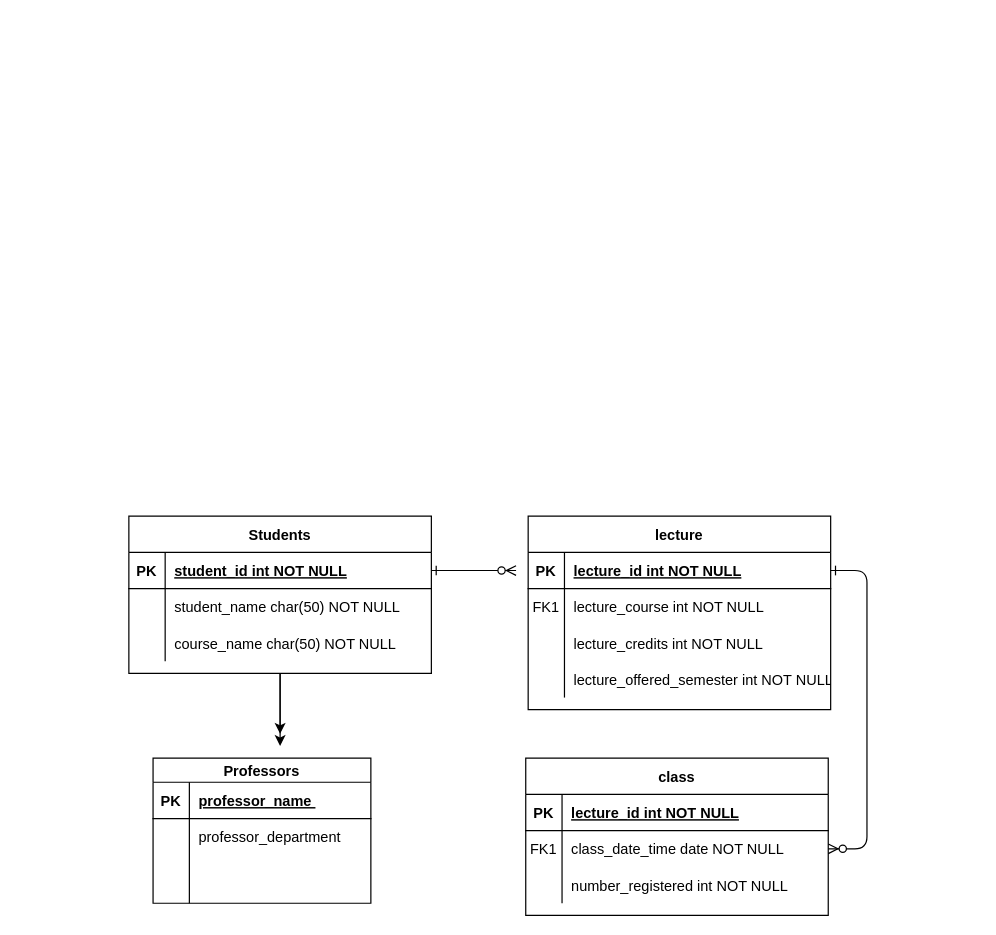
kailasprasannakumar/flowcharts keeps this draw.io diagram as Untitled Diagram.drawio. Above is the earlier version. Source tidied: cells renumbered, new cells numbered last; positions are measured from the earlier drawing's top-left corner, leaving out a move shared by most shapes. Both pictures are drawn from the tidied source at 121%, with x=0, y=0 at pixel (128, 515).
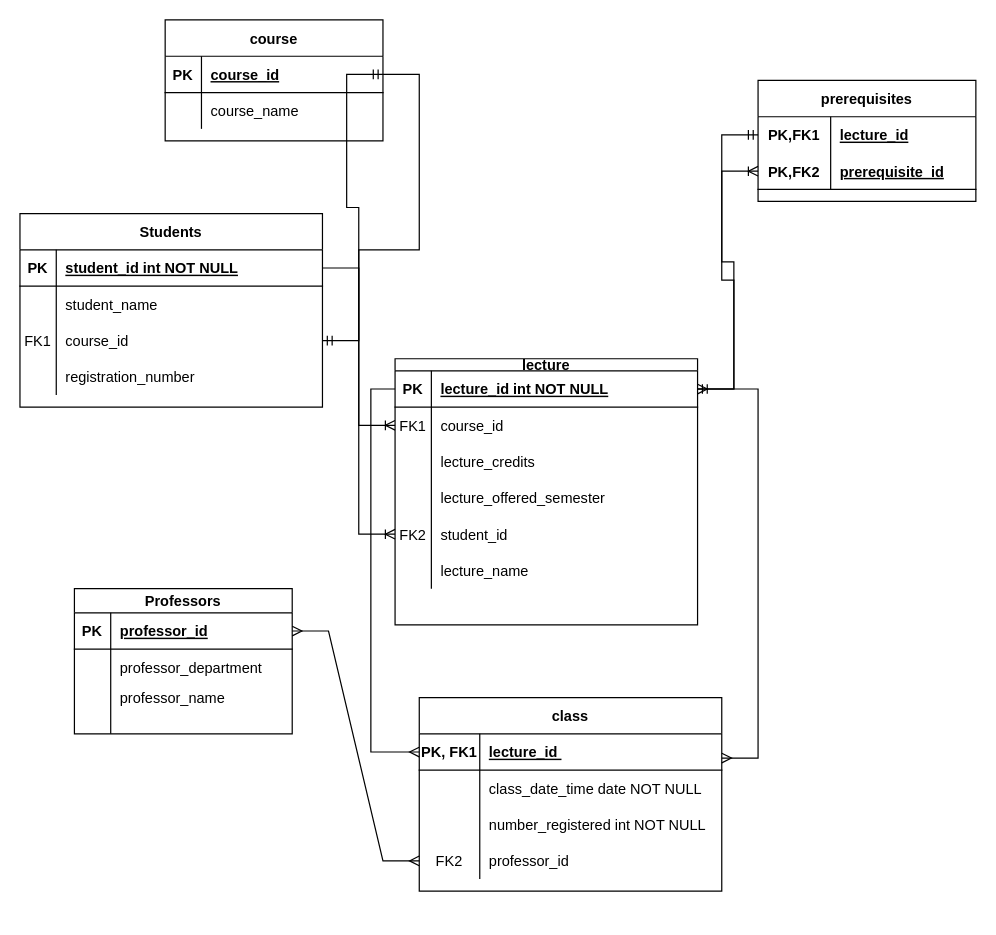
After the change.

Unchanged cells that the change refers to:
```xml
<mxCell id="18" style="shape=partialRectangle;fillColor=none;points=[[0,0.5],[1,0.5]];portConstraint=eastwest;top=0;left=0;right=0;bottom=1;" parent="17" vertex="1">
  <mxGeometry y="30" width="250" height="30" as="geometry" />
</mxCell>
<mxCell id="21" style="shape=partialRectangle;fillColor=none;points=[[0,0.5],[1,0.5]];portConstraint=eastwest;top=0;left=0;right=0;bottom=0;" parent="17" vertex="1">
  <mxGeometry y="60" width="250" height="30" as="geometry" />
</mxCell>
<mxCell id="24" style="shape=partialRectangle;fillColor=none;top=0;left=0;right=0;bottom=0;" parent="17" vertex="1">
  <mxGeometry y="90" width="250" height="30" as="geometry" />
</mxCell>
<mxCell id="30" style="shape=partialRectangle;fillColor=none;points=[[0,0.5],[1,0.5]];portConstraint=eastwest;top=0;left=0;right=0;bottom=1;" parent="29" vertex="1">
  <mxGeometry y="30" width="250" height="30" as="geometry" />
</mxCell>
<mxCell id="33" style="shape=partialRectangle;fillColor=none;top=0;left=0;right=0;bottom=0;" parent="29" vertex="1">
  <mxGeometry y="60" width="250" height="30" as="geometry" />
</mxCell>
<mxCell id="36" style="shape=partialRectangle;fillColor=none;points=[[0,0.5],[1,0.5]];portConstraint=eastwest;top=0;left=0;right=0;bottom=0;" parent="29" vertex="1">
  <mxGeometry y="90" width="250" height="30" as="geometry" />
</mxCell>
<mxCell id="40" style="shape=tableRow;horizontal=0;startSize=0;swimlaneHead=0;swimlaneBody=0;fillColor=none;points=[[0,0.5],[1,0.5]];portConstraint=eastwest;top=0;left=0;right=0;bottom=1;" parent="39" vertex="1">
  <mxGeometry y="20" width="180" height="30" as="geometry" />
</mxCell>
<mxCell id="46" style="shape=tableRow;horizontal=0;startSize=0;swimlaneHead=0;swimlaneBody=0;fillColor=none;top=0;left=0;right=0;bottom=0;" parent="39" vertex="1">
  <mxGeometry y="80" width="180" height="20" as="geometry" />
</mxCell>
```

What changed in the source:
```diff
@@
-    <mxCell id="2" style="edgeStyle=entityRelationEdgeStyle;endArrow=ERzeroToMany;startArrow=ERone;endFill=1;startFill=0;" parent="1" edge="1" source="30">
-      <mxGeometry relative="1" as="geometry">
-        <mxPoint x="320" y="45" as="targetPoint" />
-      </mxGeometry>
-    </mxCell>
-    <mxCell id="3" style="edgeStyle=entityRelationEdgeStyle;endArrow=ERzeroToMany;startArrow=ERone;endFill=1;startFill=0;" parent="1" edge="1" source="5" target="21">
-      <mxGeometry relative="1" as="geometry" />
-    </mxCell>
-    <mxCell id="4" value="lecture" style="shape=table;startSize=30;childLayout=tableLayout;rowLines=0;fontStyle=1;align=center;" parent="1" vertex="1">
-      <mxGeometry x="330" width="250" height="160" as="geometry" />
+    <mxCell id="4" value="lecture" style="shape=table;startSize=10;childLayout=tableLayout;rowLines=0;fontStyle=1;align=center;" parent="1" vertex="1">
+      <mxGeometry x="220" y="-130" width="250" height="220" as="geometry" />
     </mxCell>
     <mxCell id="5" style="shape=partialRectangle;fillColor=none;points=[[0,0.5],[1,0.5]];portConstraint=eastwest;top=0;left=0;right=0;bottom=1;" parent="4" vertex="1">
-      <mxGeometry y="30" width="250" height="30" as="geometry" />
+      <mxGeometry y="10" width="250" height="30" as="geometry" />
     </mxCell>
@@
     <mxCell id="8" style="shape=partialRectangle;fillColor=none;points=[[0,0.5],[1,0.5]];portConstraint=eastwest;top=0;left=0;right=0;bottom=0;" parent="4" vertex="1">
-      <mxGeometry y="60" width="250" height="30" as="geometry" />
+      <mxGeometry y="40" width="250" height="30" as="geometry" />
     </mxCell>
@@
-    <mxCell id="10" value="lecture_course int NOT NULL" style="shape=partialRectangle;overflow=hidden;fillColor=none;top=0;left=0;bottom=0;right=0;align=left;spacingLeft=6;" parent="8" vertex="1">
+    <mxCell id="10" value="course_id" style="shape=partialRectangle;overflow=hidden;fillColor=none;top=0;left=0;bottom=0;right=0;align=left;spacingLeft=6;" parent="8" vertex="1">
       <mxGeometry x="30" width="220" height="30" as="geometry" />
     </mxCell>
     <mxCell id="11" style="shape=partialRectangle;fillColor=none;top=0;left=0;right=0;bottom=0;" parent="4" vertex="1">
-      <mxGeometry y="90" width="250" height="30" as="geometry" />
+      <mxGeometry y="70" width="250" height="30" as="geometry" />
     </mxCell>
@@
-    <mxCell id="13" value="lecture_credits int NOT NULL" style="shape=partialRectangle;overflow=hidden;fillColor=none;top=0;left=0;bottom=0;right=0;align=left;spacingLeft=6;" parent="11" vertex="1">
+    <mxCell id="13" value="lecture_credits" style="shape=partialRectangle;overflow=hidden;fillColor=none;top=0;left=0;bottom=0;right=0;align=left;spacingLeft=6;" parent="11" vertex="1">
       <mxGeometry x="30" width="220" height="30" as="geometry" />
     </mxCell>
     <mxCell id="14" style="shape=partialRectangle;fillColor=none;top=0;left=0;right=0;bottom=0;" parent="4" vertex="1">
-      <mxGeometry y="120" width="250" height="30" as="geometry" />
+      <mxGeometry y="100" width="250" height="30" as="geometry" />
     </mxCell>
@@
-    <mxCell id="16" value="lecture_offered_semester int NOT NULL" style="shape=partialRectangle;overflow=hidden;fillColor=none;top=0;left=0;bottom=0;right=0;align=left;spacingLeft=6;" parent="14" vertex="1">
+    <mxCell id="16" value="lecture_offered_semester" style="shape=partialRectangle;overflow=hidden;fillColor=none;top=0;left=0;bottom=0;right=0;align=left;spacingLeft=6;" parent="14" vertex="1">
       <mxGeometry x="30" width="220" height="30" as="geometry" />
     </mxCell>
+    <mxCell id="52" style="shape=partialRectangle;fillColor=none;points=[[0,0.5],[1,0.5]];portConstraint=eastwest;top=0;left=0;right=0;bottom=0;" parent="4" vertex="1">
+      <mxGeometry y="130" width="250" height="30" as="geometry" />
+    </mxCell>
+    <mxCell id="53" value="FK2" style="shape=partialRectangle;overflow=hidden;fillColor=none;top=0;left=0;bottom=0;right=0;" parent="52" vertex="1">
+      <mxGeometry width="30" height="30" as="geometry" />
+    </mxCell>
+    <mxCell id="54" value="student_id " style="shape=partialRectangle;overflow=hidden;fillColor=none;top=0;left=0;bottom=0;right=0;align=left;spacingLeft=6;" parent="52" vertex="1">
+      <mxGeometry x="30" width="220" height="30" as="geometry" />
+    </mxCell>
+    <mxCell id="55" style="shape=partialRectangle;fillColor=none;top=0;left=0;right=0;bottom=0;" parent="4" vertex="1">
+      <mxGeometry y="160" width="250" height="30" as="geometry" />
+    </mxCell>
+    <mxCell id="56" style="shape=partialRectangle;overflow=hidden;fillColor=none;top=0;left=0;bottom=0;right=0;" parent="55" vertex="1">
+      <mxGeometry width="30" height="30" as="geometry" />
+    </mxCell>
+    <mxCell id="57" value="lecture_name" style="shape=partialRectangle;overflow=hidden;fillColor=none;top=0;left=0;bottom=0;right=0;align=left;spacingLeft=6;" parent="55" vertex="1">
+      <mxGeometry x="30" width="220" height="30" as="geometry" />
+    </mxCell>
     <mxCell id="17" value="class" style="shape=table;startSize=30;childLayout=tableLayout;rowLines=0;fontStyle=1;align=center;" parent="1" vertex="1">
-      <mxGeometry x="328" y="200" width="250" height="130" as="geometry" />
+      <mxGeometry x="240" y="150" width="250" height="160" as="geometry" />
     </mxCell>
@@
-    <mxCell id="19" value="PK" style="shape=partialRectangle;overflow=hidden;fillColor=none;top=0;left=0;bottom=0;right=0;fontStyle=1;" parent="18" vertex="1">
-      <mxGeometry width="30" height="30" as="geometry" />
+    <mxCell id="19" value="PK, FK1" style="shape=partialRectangle;overflow=hidden;fillColor=none;top=0;left=0;bottom=0;right=0;fontStyle=1;" parent="18" vertex="1">
+      <mxGeometry width="50" height="30" as="geometry" />
     </mxCell>
-    <mxCell id="20" value="lecture_id int NOT NULL " style="shape=partialRectangle;overflow=hidden;fillColor=none;top=0;left=0;bottom=0;right=0;align=left;spacingLeft=6;fontStyle=5;" parent="18" vertex="1">
-      <mxGeometry x="30" width="220" height="30" as="geometry" />
+    <mxCell id="20" value="lecture_id " style="shape=partialRectangle;overflow=hidden;fillColor=none;top=0;left=0;bottom=0;right=0;align=left;spacingLeft=6;fontStyle=5;" parent="18" vertex="1">
+      <mxGeometry x="50" width="200" height="30" as="geometry" />
     </mxCell>
@@
-    <mxCell id="22" value="FK1" style="shape=partialRectangle;overflow=hidden;fillColor=none;top=0;left=0;bottom=0;right=0;" parent="21" vertex="1">
-      <mxGeometry width="30" height="30" as="geometry" />
+    <mxCell id="22" style="shape=partialRectangle;overflow=hidden;fillColor=none;top=0;left=0;bottom=0;right=0;" parent="21" vertex="1">
+      <mxGeometry width="50" height="30" as="geometry" />
     </mxCell>
     <mxCell id="23" value="class_date_time date NOT NULL" style="shape=partialRectangle;overflow=hidden;fillColor=none;top=0;left=0;bottom=0;right=0;align=left;spacingLeft=6;" parent="21" vertex="1">
-      <mxGeometry x="30" width="220" height="30" as="geometry" />
+      <mxGeometry x="50" width="200" height="30" as="geometry" />
     </mxCell>
@@
     <mxCell id="25" style="shape=partialRectangle;overflow=hidden;fillColor=none;top=0;left=0;bottom=0;right=0;" parent="24" vertex="1">
-      <mxGeometry width="30" height="30" as="geometry" />
+      <mxGeometry width="50" height="30" as="geometry" />
     </mxCell>
     <mxCell id="26" value="number_registered int NOT NULL" style="shape=partialRectangle;overflow=hidden;fillColor=none;top=0;left=0;bottom=0;right=0;align=left;spacingLeft=6;" parent="24" vertex="1">
-      <mxGeometry x="30" width="220" height="30" as="geometry" />
+      <mxGeometry x="50" width="200" height="30" as="geometry" />
     </mxCell>
-    <mxCell id="27" style="edgeStyle=orthogonalEdgeStyle;rounded=0;jettySize=auto;html=1;" parent="1" edge="1" source="29">
-      <mxGeometry relative="1" as="geometry">
-        <mxPoint x="125" y="180" as="targetPoint" />
-      </mxGeometry>
-    </mxCell>
-    <mxCell id="28" style="edgeStyle=orthogonalEdgeStyle;rounded=0;jettySize=auto;html=1;" parent="1" edge="1" source="29">
-      <mxGeometry relative="1" as="geometry">
-        <mxPoint x="125" y="190" as="targetPoint" />
-      </mxGeometry>
-    </mxCell>
+    <mxCell id="58" style="shape=partialRectangle;fillColor=none;points=[[0,0.5],[1,0.5]];portConstraint=eastwest;top=0;left=0;right=0;bottom=0;" parent="17" vertex="1">
+      <mxGeometry y="120" width="250" height="30" as="geometry" />
+    </mxCell>
+    <mxCell id="59" value="FK2" style="shape=partialRectangle;overflow=hidden;fillColor=none;top=0;left=0;bottom=0;right=0;" parent="58" vertex="1">
+      <mxGeometry width="50" height="30" as="geometry" />
+    </mxCell>
+    <mxCell id="60" value="professor_id" style="shape=partialRectangle;overflow=hidden;fillColor=none;top=0;left=0;bottom=0;right=0;align=left;spacingLeft=6;" parent="58" vertex="1">
+      <mxGeometry x="50" width="200" height="30" as="geometry" />
+    </mxCell>
     <mxCell id="29" value="Students" style="shape=table;startSize=30;childLayout=tableLayout;rowLines=0;fontStyle=1;align=center;" parent="1" vertex="1">
-      <mxGeometry width="250" height="130" as="geometry" />
+      <mxGeometry x="-90" y="-250" width="250" height="160" as="geometry" />
     </mxCell>
@@
-    <mxCell id="35" value="student_name char(50) NOT NULL" style="shape=partialRectangle;overflow=hidden;fillColor=none;top=0;left=0;bottom=0;right=0;align=left;spacingLeft=6;" parent="33" vertex="1">
+    <mxCell id="35" value="student_name " style="shape=partialRectangle;overflow=hidden;fillColor=none;top=0;left=0;bottom=0;right=0;align=left;spacingLeft=6;" parent="33" vertex="1">
       <mxGeometry x="30" width="220" height="30" as="geometry" />
     </mxCell>
@@
-    <mxCell id="37" style="shape=partialRectangle;overflow=hidden;fillColor=none;top=0;left=0;bottom=0;right=0;" parent="36" vertex="1">
+    <mxCell id="37" value="FK1" style="shape=partialRectangle;overflow=hidden;fillColor=none;top=0;left=0;bottom=0;right=0;" parent="36" vertex="1">
       <mxGeometry width="30" height="30" as="geometry" />
     </mxCell>
-    <mxCell id="38" value="course_name char(50) NOT NULL" style="shape=partialRectangle;overflow=hidden;fillColor=none;top=0;left=0;bottom=0;right=0;align=left;spacingLeft=6;" parent="36" vertex="1">
+    <mxCell id="38" value="course_id" style="shape=partialRectangle;overflow=hidden;fillColor=none;top=0;left=0;bottom=0;right=0;align=left;spacingLeft=6;" parent="36" vertex="1">
       <mxGeometry x="30" width="220" height="30" as="geometry" />
     </mxCell>
+    <mxCell id="61" style="shape=partialRectangle;fillColor=none;top=0;left=0;right=0;bottom=0;" parent="29" vertex="1">
+      <mxGeometry y="120" width="250" height="30" as="geometry" />
+    </mxCell>
+    <mxCell id="62" style="shape=partialRectangle;overflow=hidden;fillColor=none;top=0;left=0;bottom=0;right=0;" parent="61" vertex="1">
+      <mxGeometry width="30" height="30" as="geometry" />
+    </mxCell>
+    <mxCell id="63" value="registration_number" style="shape=partialRectangle;overflow=hidden;fillColor=none;top=0;left=0;bottom=0;right=0;align=left;spacingLeft=6;" parent="61" vertex="1">
+      <mxGeometry x="30" width="220" height="30" as="geometry" />
+    </mxCell>
     <mxCell id="39" value="Professors" style="shape=table;startSize=20;childLayout=tableLayout;rowLines=0;fontStyle=1;align=center;" parent="1" vertex="1">
-      <mxGeometry x="20" y="200" width="180" height="120" as="geometry" />
+      <mxGeometry x="-45" y="60" width="180" height="120" as="geometry" />
     </mxCell>
@@
-    <mxCell id="42" value="professor_name " style="shape=partialRectangle;fillColor=none;top=0;left=0;bottom=0;right=0;align=left;spacingLeft=6;fontStyle=5;overflow=hidden;" parent="40" vertex="1">
+    <mxCell id="42" value="professor_id" style="shape=partialRectangle;fillColor=none;top=0;left=0;bottom=0;right=0;align=left;spacingLeft=6;fontStyle=5;overflow=hidden;" parent="40" vertex="1">
       <mxGeometry x="30" width="150" height="30" as="geometry" />
     </mxCell>
@@
-    <mxCell id="48" style="shape=partialRectangle;fillColor=none;top=0;left=0;bottom=0;right=0;align=left;spacingLeft=6;overflow=hidden;" parent="46" vertex="1">
+    <mxCell id="48" value="professor_name" style="shape=partialRectangle;fillColor=none;top=0;left=0;bottom=0;right=0;align=left;spacingLeft=6;overflow=hidden;" parent="46" vertex="1">
       <mxGeometry x="30" width="150" height="20" as="geometry" />
     </mxCell>
@@
+    <mxCell id="64" style="edgeStyle=entityRelationEdgeStyle;fontSize=12;html=1;endArrow=ERoneToMany;rounded=0;entryX=0;entryY=0.5;entryDx=0;entryDy=0;exitX=1;exitY=0.5;exitDx=0;exitDy=0;" parent="1" edge="1" source="30" target="52">
+      <mxGeometry relative="1" as="geometry" />
+    </mxCell>
+    <mxCell id="65" value="prerequisites" style="shape=table;startSize=30;childLayout=tableLayout;rowLines=0;fontStyle=1;align=center;" parent="1" vertex="1">
+      <mxGeometry x="520" y="-360" width="180" height="100" as="geometry" />
+    </mxCell>
+    <mxCell id="66" style="shape=tableRow;horizontal=0;startSize=0;swimlaneHead=0;swimlaneBody=0;fillColor=none;points=[[0,0.5],[1,0.5]];portConstraint=eastwest;top=0;left=0;right=0;bottom=0;" parent="65" vertex="1">
+      <mxGeometry y="30" width="180" height="30" as="geometry" />
+    </mxCell>
+    <mxCell id="67" value="PK,FK1" style="shape=partialRectangle;fillColor=none;top=0;left=0;bottom=0;right=0;fontStyle=1;overflow=hidden;" parent="66" vertex="1">
+      <mxGeometry width="60" height="30" as="geometry" />
+    </mxCell>
+    <mxCell id="68" value="lecture_id" style="shape=partialRectangle;fillColor=none;top=0;left=0;bottom=0;right=0;align=left;spacingLeft=6;fontStyle=5;overflow=hidden;" parent="66" vertex="1">
+      <mxGeometry x="60" width="120" height="30" as="geometry" />
+    </mxCell>
+    <mxCell id="69" style="shape=tableRow;horizontal=0;startSize=0;swimlaneHead=0;swimlaneBody=0;fillColor=none;points=[[0,0.5],[1,0.5]];portConstraint=eastwest;top=0;left=0;right=0;bottom=1;" parent="65" vertex="1">
+      <mxGeometry y="60" width="180" height="30" as="geometry" />
+    </mxCell>
+    <mxCell id="70" value="PK,FK2" style="shape=partialRectangle;fillColor=none;top=0;left=0;bottom=0;right=0;fontStyle=1;overflow=hidden;" parent="69" vertex="1">
+      <mxGeometry width="60" height="30" as="geometry" />
+    </mxCell>
+    <mxCell id="71" value="prerequisite_id" style="shape=partialRectangle;fillColor=none;top=0;left=0;bottom=0;right=0;align=left;spacingLeft=6;fontStyle=5;overflow=hidden;" parent="69" vertex="1">
+      <mxGeometry x="60" width="120" height="30" as="geometry" />
+    </mxCell>
+    <mxCell id="72" style="edgeStyle=entityRelationEdgeStyle;fontSize=12;html=1;endArrow=ERmandOne;startArrow=ERmandOne;rounded=0;entryX=0;entryY=0.5;entryDx=0;entryDy=0;exitX=1;exitY=0.5;exitDx=0;exitDy=0;" parent="1" edge="1" source="5" target="66">
+      <mxGeometry relative="1" as="geometry" />
+    </mxCell>
+    <mxCell id="73" style="edgeStyle=entityRelationEdgeStyle;fontSize=12;html=1;endArrow=ERoneToMany;rounded=0;entryX=0;entryY=0.5;entryDx=0;entryDy=0;exitX=1;exitY=0.5;exitDx=0;exitDy=0;" parent="1" edge="1" source="5" target="69">
+      <mxGeometry relative="1" as="geometry" />
+    </mxCell>
+    <mxCell id="74" value="course" style="shape=table;startSize=30;childLayout=tableLayout;rowLines=0;fontStyle=1;align=center;" parent="1" vertex="1">
+      <mxGeometry x="30" y="-410" width="180" height="100" as="geometry" />
+    </mxCell>
+    <mxCell id="75" style="shape=tableRow;horizontal=0;startSize=0;swimlaneHead=0;swimlaneBody=0;fillColor=none;points=[[0,0.5],[1,0.5]];portConstraint=eastwest;top=0;left=0;right=0;bottom=1;" parent="74" vertex="1">
+      <mxGeometry y="30" width="180" height="30" as="geometry" />
+    </mxCell>
+    <mxCell id="76" value="PK" style="shape=partialRectangle;fillColor=none;top=0;left=0;bottom=0;right=0;fontStyle=1;overflow=hidden;" parent="75" vertex="1">
+      <mxGeometry width="30" height="30" as="geometry" />
+    </mxCell>
+    <mxCell id="77" value="course_id" style="shape=partialRectangle;fillColor=none;top=0;left=0;bottom=0;right=0;align=left;spacingLeft=6;fontStyle=5;overflow=hidden;" parent="75" vertex="1">
+      <mxGeometry x="30" width="150" height="30" as="geometry" />
+    </mxCell>
+    <mxCell id="78" style="shape=tableRow;horizontal=0;startSize=0;swimlaneHead=0;swimlaneBody=0;fillColor=none;top=0;left=0;right=0;bottom=0;" parent="74" vertex="1">
+      <mxGeometry y="60" width="180" height="30" as="geometry" />
+    </mxCell>
+    <mxCell id="79" style="shape=partialRectangle;fillColor=none;top=0;left=0;bottom=0;right=0;overflow=hidden;" parent="78" vertex="1">
+      <mxGeometry width="30" height="30" as="geometry" />
+    </mxCell>
+    <mxCell id="80" value="course_name" style="shape=partialRectangle;fillColor=none;top=0;left=0;bottom=0;right=0;align=left;spacingLeft=6;overflow=hidden;" parent="78" vertex="1">
+      <mxGeometry x="30" width="150" height="30" as="geometry" />
+    </mxCell>
+    <mxCell id="81" style="edgeStyle=entityRelationEdgeStyle;fontSize=12;html=1;endArrow=ERmandOne;startArrow=ERmandOne;rounded=0;exitX=1;exitY=0.5;exitDx=0;exitDy=0;" parent="1" edge="1" source="36">
+      <mxGeometry relative="1" as="geometry">
+        <mxPoint x="210" y="-365" as="targetPoint" />
+      </mxGeometry>
+    </mxCell>
+    <mxCell id="82" style="edgeStyle=entityRelationEdgeStyle;fontSize=12;html=1;endArrow=ERoneToMany;exitX=1;exitY=0.5;exitDx=0;exitDy=0;entryX=0;entryY=0.5;entryDx=0;entryDy=0;arcSize=10;rounded=0;" parent="1" edge="1" source="75" target="8">
+      <mxGeometry relative="1" as="geometry" />
+    </mxCell>
+    <mxCell id="83" style="edgeStyle=entityRelationEdgeStyle;fontSize=12;html=1;endArrow=ERmany;startArrow=ERmany;rounded=0;entryX=1;entryY=0.5;entryDx=0;entryDy=0;" parent="1" edge="1" target="5">
+      <mxGeometry relative="1" as="geometry">
+        <mxPoint x="490" y="200" as="sourcePoint" />
+      </mxGeometry>
+    </mxCell>
+    <mxCell id="84" style="edgeStyle=orthogonalEdgeStyle;rounded=0;jettySize=auto;html=1;exitX=0;exitY=0.5;exitDx=0;exitDy=0;endArrow=ERmany;endFill=0;entryX=0;entryY=0.5;entryDx=0;entryDy=0;" parent="1" edge="1" source="5" target="18">
+      <mxGeometry relative="1" as="geometry" />
+    </mxCell>
+    <mxCell id="85" style="edgeStyle=entityRelationEdgeStyle;fontSize=12;html=1;endArrow=ERmany;startArrow=ERmany;rounded=0;exitX=1;exitY=0.5;exitDx=0;exitDy=0;entryX=0;entryY=0.5;entryDx=0;entryDy=0;" parent="1" edge="1" source="40" target="58">
+      <mxGeometry relative="1" as="geometry" />
+    </mxCell>
```
